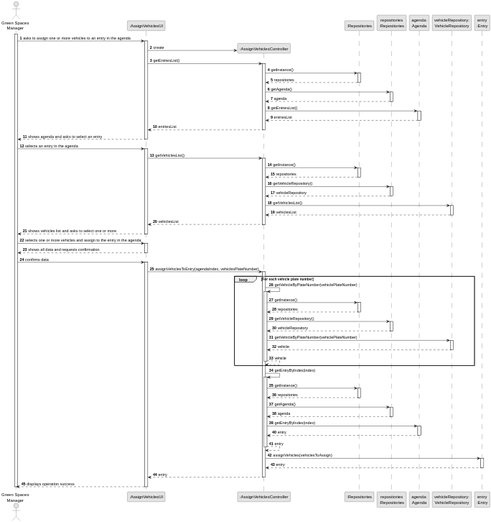
Above: docs/sprintA&B&C/us026/03.design/svg/us026-sequence-diagram-full.svg in daniel41silva05/ISEP_2023_2024_LAPR2 (PlantUML), before the change.
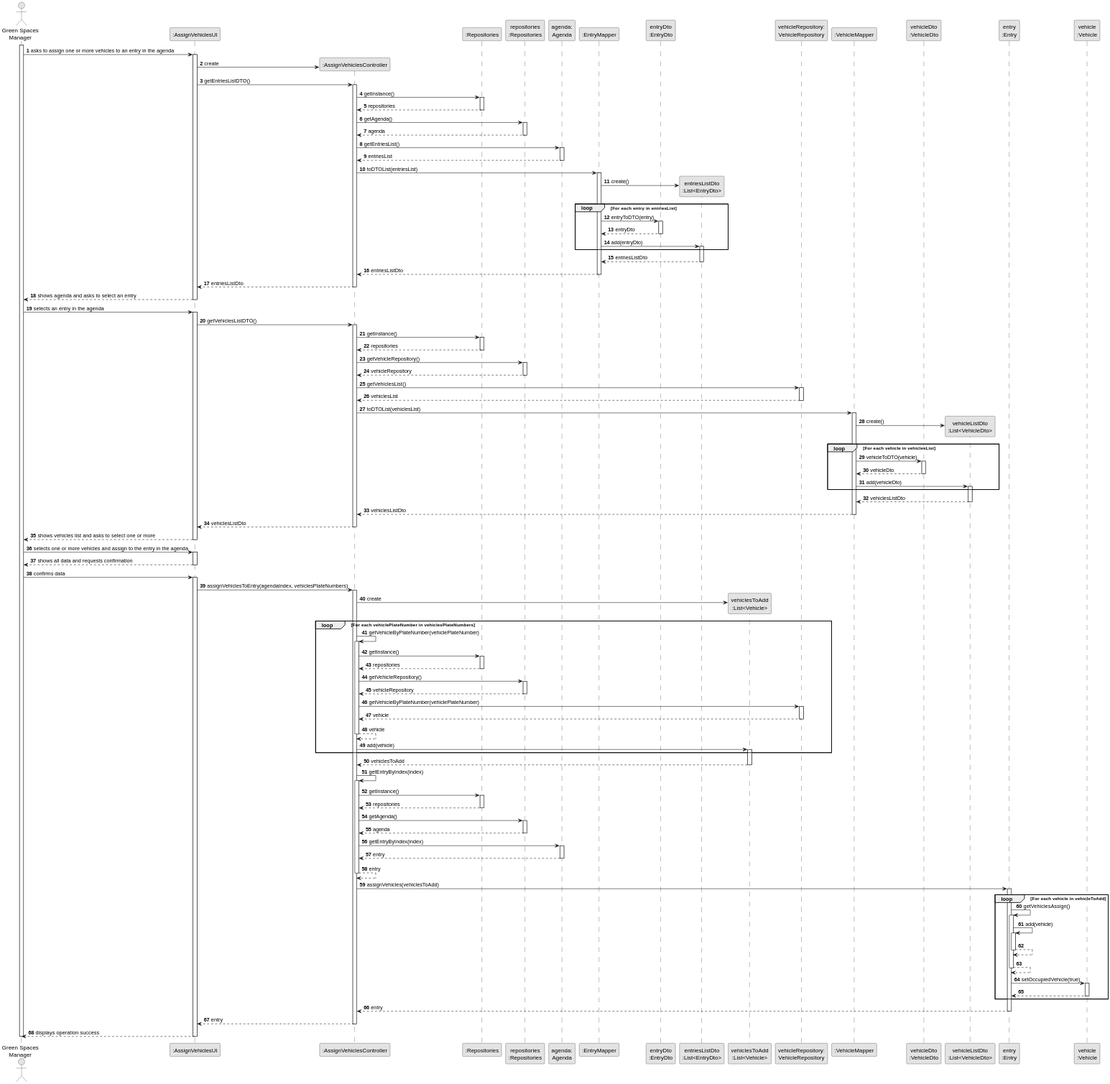
Later version of the same file.

The edit, as a diff of the source:
```diff
@@ -11,8 +11,16 @@
 participant ":Repositories" as REP
 participant "repositories\n:Repositories" as REPS
 participant "agenda:\nAgenda" as agenda
+participant ":EntryMapper" as entryMAPPER
+participant "entryDto\n:EntryDto" as entryDTO
+participant "entriesListDto\n:List<EntryDto>" as entriesListDTO
+participant "vehiclesToAdd\n:List<Vehicle>" as vehiclesToAddList
 participant "vehicleRepository:\nVehicleRepository" as vehicleRepository
+participant ":VehicleMapper" as vehicleMAPPER
+participant "vehicleDto\n:VehicleDto" as vehicleDTO
+participant "vehicleListDto\n:List<VehicleDto>" as vehicleListDTO
 participant "entry\n:Entry" as ENTRY
+participant "vehicle\n:Vehicle" as VEHICLE
 
 activate GSM
 
@@ -21,7 +29,7 @@
 
         UI -> CTRL** : create
 
-        UI -> CTRL : getEntriesList()
+        UI -> CTRL : getEntriesListDTO()
         activate CTRL
 
             CTRL -> REP : getInstance()
@@ -42,7 +50,31 @@
             agenda --> CTRL : entriesList
             deactivate agenda
 
-        CTRL --> UI : entriesList
+            CTRL -> entryMAPPER: toDTOList(entriesList)
+            activate entryMAPPER
+
+                entryMAPPER -> entriesListDTO** : create()
+
+                loop For each entry in entriesList
+
+                entryMAPPER -> entryDTO: entryToDTO(entry)
+                activate entryDTO
+
+                entryDTO --> entryMAPPER: entryDto
+                deactivate entryDTO
+
+                entryMAPPER -> entriesListDTO: add(entryDto)
+                activate entriesListDTO
+
+                end
+
+                entriesListDTO --> entryMAPPER: entriesListDto
+                deactivate entriesListDTO
+
+            entryMAPPER --> CTRL : entriesListDto
+            deactivate entryMAPPER
+
+        CTRL --> UI : entriesListDto
         deactivate CTRL
 
     UI --> GSM : shows agenda and asks to select an entry
@@ -51,7 +83,7 @@
     GSM -> UI : selects an entry in the agenda
     activate UI
 
-        UI -> CTRL : getVehiclesList()
+        UI -> CTRL : getVehiclesListDTO()
         activate CTRL
 
             CTRL -> REP : getInstance()
@@ -72,7 +104,31 @@
             vehicleRepository --> CTRL : vehiclesList
             deactivate vehicleRepository
 
-        CTRL --> UI : vehiclesList
+            CTRL -> vehicleMAPPER: toDTOList(vehiclesList)
+            activate vehicleMAPPER
+
+                vehicleMAPPER -> vehicleListDTO** : create()
+
+                loop For each vehicle in vehiclesList
+
+                vehicleMAPPER -> vehicleDTO: vehicleToDTO(vehicle)
+                activate vehicleDTO
+
+                vehicleDTO --> vehicleMAPPER: vehicleDto
+                deactivate vehicleDTO
+
+                vehicleMAPPER -> vehicleListDTO: add(vehicleDto)
+                activate vehicleListDTO
+
+                end
+
+                vehicleListDTO --> vehicleMAPPER: vehiclesListDto
+                deactivate vehicleListDTO
+
+            vehicleMAPPER --> CTRL : vehiclesListDto
+            deactivate vehicleMAPPER
+
+        CTRL --> UI : vehiclesListDto
         deactivate CTRL
 
     UI --> GSM : shows vehicles list and asks to select one or more
@@ -87,10 +143,12 @@
     GSM -> UI : confirms data
     activate UI
 
-        UI -> CTRL: assignVehiclesToEntry(agendaIndex, vehiclesPlateNumber)
+        UI -> CTRL: assignVehiclesToEntry(agendaIndex, vehiclesPlateNumbers)
         activate CTRL
 
-            loop For each vehicle plate number
+            CTRL -> vehiclesToAddList**: create
+
+            loop For each vehiclePlateNumber in vehiclesPlateNumbers
 
             CTRL -> CTRL: getVehicleByPlateNumber(vehiclePlateNumber)
             activate CTRL
@@ -116,7 +174,13 @@
             CTRL --> CTRL: vehicle
             deactivate CTRL
 
+            CTRL -> vehiclesToAddList: add(vehicle)
+            activate vehiclesToAddList
+
             end loop
+
+            vehiclesToAddList --> CTRL: vehiclesToAdd
+            deactivate vehiclesToAddList
 
             CTRL -> CTRL: getEntryByIndex(index)
             activate CTRL
@@ -142,8 +206,30 @@
             CTRL --> CTRL: entry
             deactivate CTRL
 
-            CTRL -> ENTRY: assignVehicles(vehiclesToAssign)
+            CTRL -> ENTRY: assignVehicles(vehiclesToAdd)
             activate ENTRY
+
+            loop For each vehicle in vehicleToAdd
+
+            ENTRY -> ENTRY: getVehiclesAssign()
+            activate ENTRY
+
+            ENTRY -> ENTRY: add(vehicle)
+            activate ENTRY
+
+            ENTRY --> ENTRY
+            deactivate ENTRY
+
+            ENTRY --> ENTRY
+            deactivate ENTRY
+
+            ENTRY -> VEHICLE: setOccupiedVehicle(true)
+            activate VEHICLE
+
+            VEHICLE --> ENTRY
+            deactivate VEHICLE
+
+            end
 
             ENTRY --> CTRL: entry
             deactivate ENTRY
```
